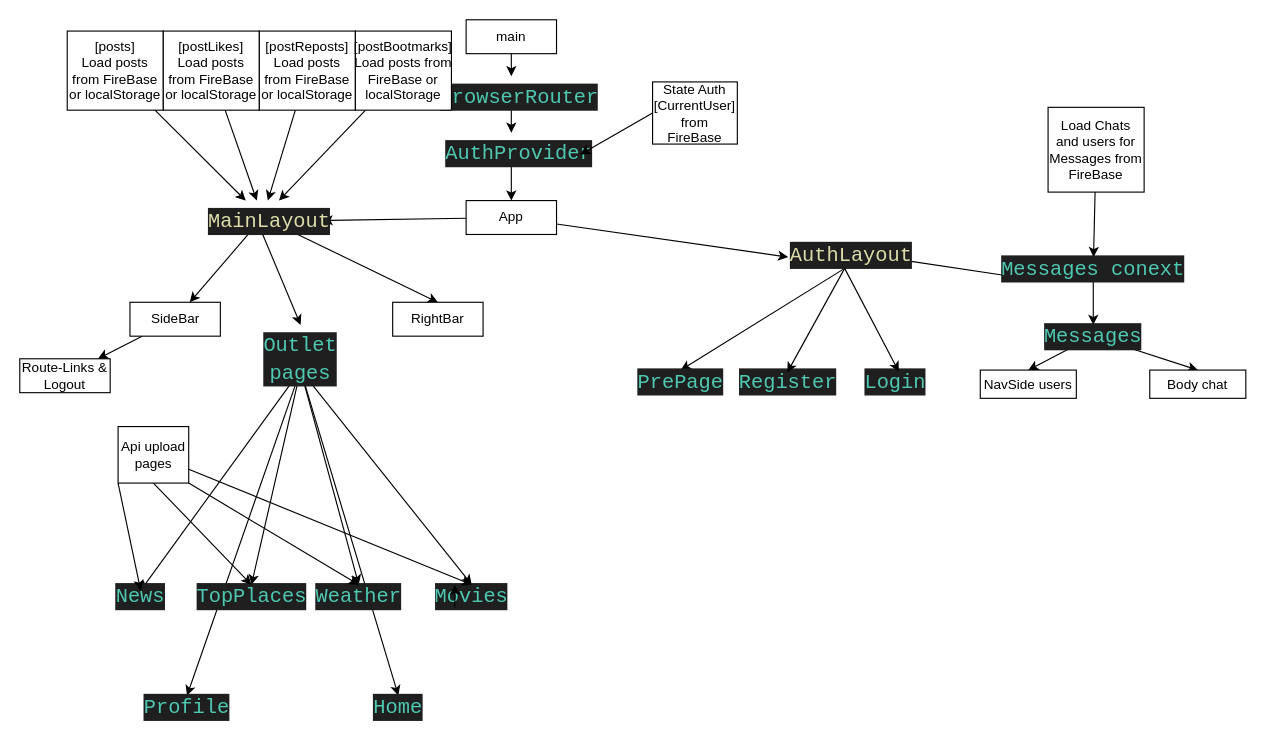
The draw.io diagram Echat .drawio in Rostilash/echat, before the edit. Source tidied: cells renumbered, new cells numbered last; positions are measured from the earlier drawing's top-left corner, leaving out a move shared by most shapes. Both pictures are drawn from the tidied source at 113%, with x=0, y=0 at pixel (19, 19).
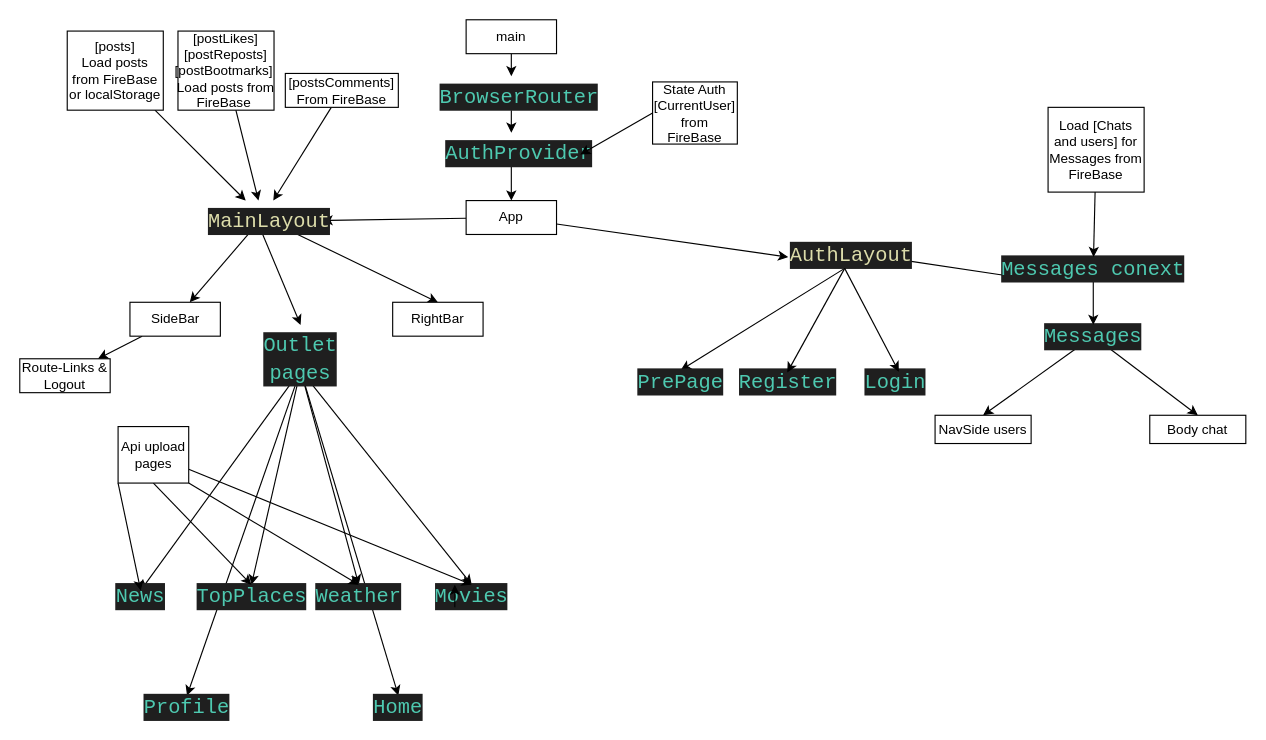
After the change.

Unchanged cells that the change refers to:
```xml
<mxCell id="20" value="&lt;div style=&quot;color: #cccccc;background-color: #1f1f1f;font-family: Consolas, 'Courier New', monospace;font-weight: normal;font-size: 18px;line-height: 24px;white-space: pre;&quot;&gt;&lt;div&gt;&lt;span style=&quot;color: #dcdcaa;&quot;&gt;MainLayout&lt;/span&gt;&lt;/div&gt;&lt;/div&gt;" style="text;whiteSpace=wrap;html=1;" parent="1" vertex="1">
  <mxGeometry x="165" y="160" width="100" height="30" as="geometry" />
</mxCell>
```

The edit, as a diff of the source:
```diff
@@
-    <mxCell id="50" value="Load Chats and users for Messages from FireBase" style="whiteSpace=wrap;html=1;" parent="1" vertex="1">
+    <mxCell id="50" value="Load [Chats and users] for Messages from FireBase" style="whiteSpace=wrap;html=1;" parent="1" vertex="1">
       <mxGeometry x="910" y="77.5" width="85" height="75" as="geometry" />
     </mxCell>
     <mxCell id="51" value="NavSide users" style="rounded=0;whiteSpace=wrap;html=1;" parent="1" vertex="1">
-      <mxGeometry x="850" y="310" width="85" height="25" as="geometry" />
+      <mxGeometry x="810" y="350" width="85" height="25" as="geometry" />
     </mxCell>
     <mxCell id="52" value="Body chat" style="rounded=0;whiteSpace=wrap;html=1;" parent="1" vertex="1">
-      <mxGeometry x="1000" y="310" width="85" height="25" as="geometry" />
+      <mxGeometry x="1000" y="350" width="85" height="25" as="geometry" />
     </mxCell>
@@
-    <mxCell id="59" value="[postLikes] &lt;br&gt;Load posts from FireBase or localStorage" style="rounded=0;whiteSpace=wrap;html=1;" parent="1" vertex="1">
-      <mxGeometry x="127" y="10" width="85" height="70" as="geometry" />
+    <mxCell id="59" value="[postLikes]&lt;br&gt;&lt;div&gt;&lt;span style=&quot;color: rgb(0, 0, 0); background-color: transparent;&quot;&gt;[postReposts]&lt;/span&gt;&lt;/div&gt;&lt;div&gt;&lt;span style=&quot;color: rgb(0, 0, 0); background-color: transparent;&quot;&gt;[postBootmarks]&lt;/span&gt;&amp;nbsp; &lt;br&gt;Load posts from FireBase&amp;nbsp;&lt;/div&gt;" style="rounded=0;whiteSpace=wrap;html=1;" parent="1" vertex="1">
+      <mxGeometry x="140" y="10" width="85" height="70" as="geometry" />
     </mxCell>
@@
-    <mxCell id="61" value="[postReposts] &lt;br&gt;Load posts from FireBase or localStorage" style="rounded=0;whiteSpace=wrap;html=1;" parent="1" vertex="1">
-      <mxGeometry x="212" y="10" width="85" height="70" as="geometry" />
+    <mxCell id="61" value="[postsComments]&lt;div&gt;From FireBase&lt;/div&gt;" style="rounded=0;whiteSpace=wrap;html=1;" parent="1" vertex="1">
+      <mxGeometry x="235" y="47.5" width="100" height="30" as="geometry" />
     </mxCell>
-    <mxCell id="62" style="edgeStyle=none;html=1;" parent="1" edge="1" source="63" target="20">
-      <mxGeometry relative="1" as="geometry" />
-    </mxCell>
-    <mxCell id="63" value="[postBootmarks] &lt;br&gt;Load posts from FireBase or localStorage" style="rounded=0;whiteSpace=wrap;html=1;" parent="1" vertex="1">
-      <mxGeometry x="297" y="10" width="85" height="70" as="geometry" />
-    </mxCell>
```
